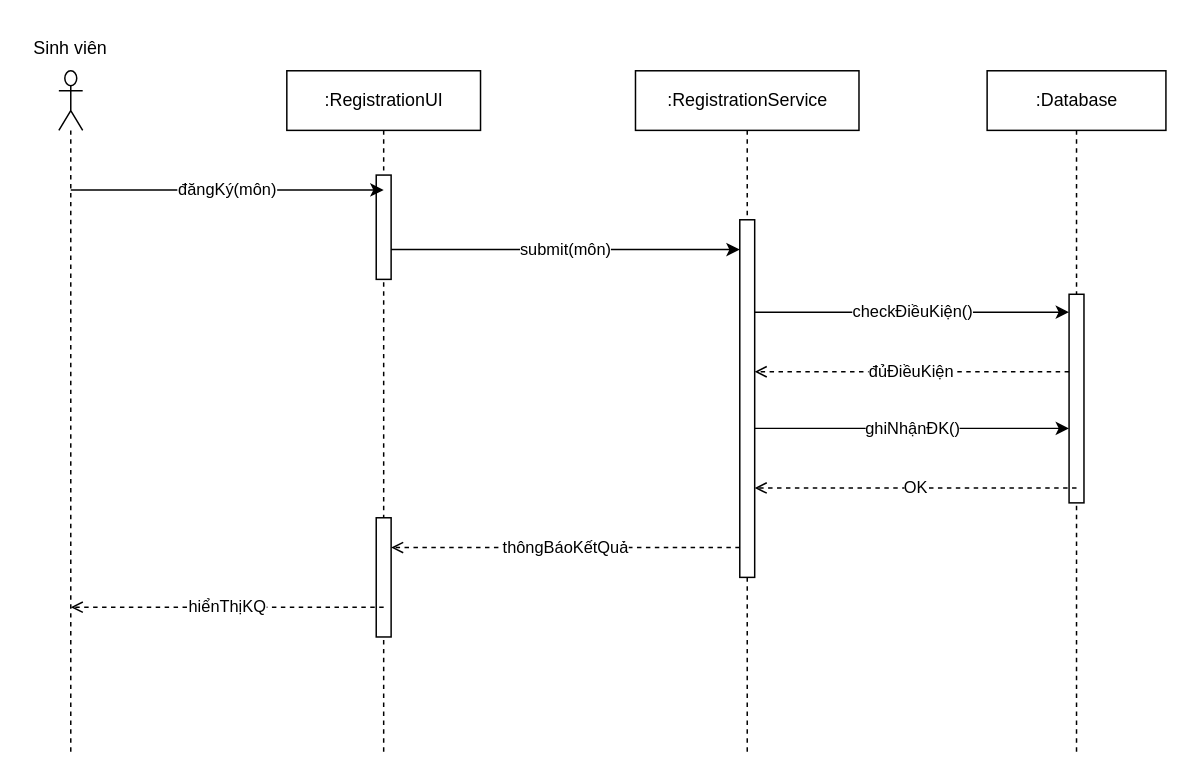
Before: Session05/Bai3.drawio in letoan0902/PTIT_CNTT1_IT104_LePhuToan_PhanTichVaThietKeHeThong, a draw.io diagram. Source tidied: cells renumbered, new cells numbered last; positions are measured from the earlier drawing's top-left corner, leaving out a move shared by most shapes. Both pictures are drawn from the tidied source at 149%, with x=0, y=0 at pixel (25, 25).
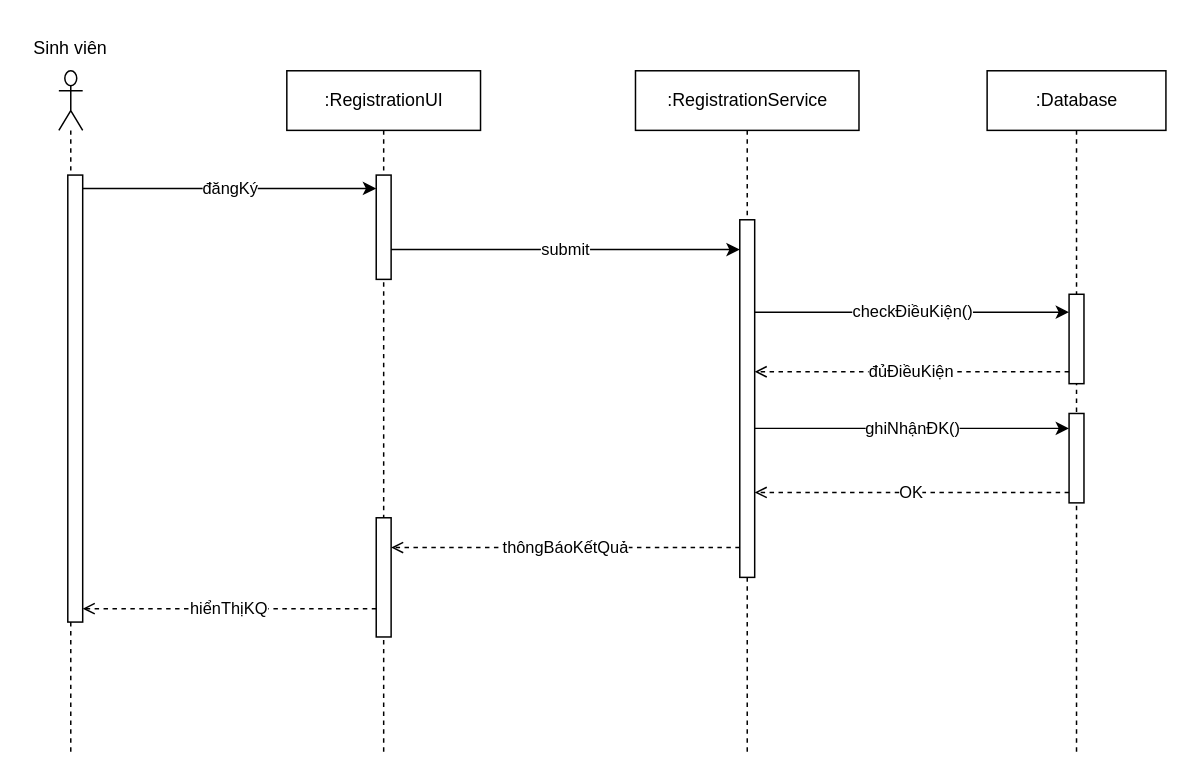
The same page after the edit.

Unchanged cells that the change refers to:
```xml
<mxCell id="2" style="shape=umlLifeline;perimeter=lifelinePerimeter;html=1;participant=umlActor;" parent="1" vertex="1">
  <mxGeometry x="22" y="30" width="16" height="460" as="geometry" />
</mxCell>
<mxCell id="7" style="html=1;points=[[0,0,0,0,5],[0,1,0,0,-5],[1,0,0,0,5],[1,1,0,0,-5]];perimeter=orthogonalPerimeter;outlineConnect=0;targetShapes=umlLifeline;portConstraint=eastwest;newEdgeStyle={&quot;curved&quot;:0,&quot;rounded&quot;:0};" parent="6" vertex="1">
  <mxGeometry x="70" y="100" width="10" height="240" as="geometry" />
</mxCell>
<mxCell id="8" value=":Database" style="shape=umlLifeline;perimeter=lifelinePerimeter;html=1;" parent="1" vertex="1">
  <mxGeometry x="645" y="30" width="120" height="460" as="geometry" />
</mxCell>
```

Diff of the diagram source:
```diff
@@
+    <mxCell id="19" style="html=1;perimeter=orthogonalPerimeter;targetShapes=umlLifeline;newEdgeStyle={&quot;curved&quot;:0,&quot;rounded&quot;:0};" parent="2" vertex="1">
+      <mxGeometry x="6" y="70" width="10" height="300" as="geometry" />
+    </mxCell>
@@
     <mxCell id="9" style="html=1;points=[[0,0,0,0,5],[0,1,0,0,-5],[1,0,0,0,5],[1,1,0,0,-5]];perimeter=orthogonalPerimeter;outlineConnect=0;targetShapes=umlLifeline;portConstraint=eastwest;newEdgeStyle={&quot;curved&quot;:0,&quot;rounded&quot;:0};" parent="8" vertex="1">
-      <mxGeometry x="55" y="150" width="10" height="140" as="geometry" />
+      <mxGeometry x="55" y="150" width="10" height="60" as="geometry" />
     </mxCell>
+    <mxCell id="20" style="html=1;points=[[0,0,0,0,5],[0,1,0,0,-5],[1,0,0,0,5],[1,1,0,0,-5]];perimeter=orthogonalPerimeter;outlineConnect=0;targetShapes=umlLifeline;portConstraint=eastwest;newEdgeStyle={&quot;curved&quot;:0,&quot;rounded&quot;:0};" parent="8" vertex="1">
+      <mxGeometry x="55" y="230" width="10" height="60" as="geometry" />
+    </mxCell>
-    <mxCell id="10" value="đăngKý(môn)" style="endArrow=classic;html=1;" parent="1" edge="1">
+    <mxCell id="10" value="đăngKý" style="endArrow=classic;html=1;" parent="1" edge="1">
       <mxGeometry relative="1" as="geometry">
-        <mxPoint x="30" y="110" as="sourcePoint" />
-        <mxPoint x="240" y="110" as="targetPoint" />
+        <mxPoint x="38" y="109" as="sourcePoint" />
+        <mxPoint x="235" y="109" as="targetPoint" />
       </mxGeometry>
     </mxCell>
-    <mxCell id="11" value="submit(môn)" style="endArrow=classic;html=1;" parent="1" edge="1" target="7">
+    <mxCell id="11" value="submit" style="endArrow=classic;html=1;" parent="1" edge="1" target="7">
       <mxGeometry relative="1" as="geometry">
         <mxPoint x="245" y="150" as="sourcePoint" />
       </mxGeometry>
     </mxCell>
-    <mxCell id="12" value="checkĐiềuKiện()" style="endArrow=classic;html=1;" parent="1" edge="1">
+    <mxCell id="12" value="checkĐiềuKiện()" style="endArrow=classic;html=1;" parent="1" edge="1" target="9">
       <mxGeometry relative="1" as="geometry">
         <mxPoint x="489" y="192" as="sourcePoint" />
-        <mxPoint x="700" y="192" as="targetPoint" />
       </mxGeometry>
     </mxCell>
-    <mxCell id="13" value="đủĐiềuKiện" style="endArrow=open;dashed=1;html=1;" parent="1" edge="1">
+    <mxCell id="13" value="đủĐiềuKiện" style="endArrow=open;dashed=1;html=1;" parent="1" edge="1" source="9">
       <mxGeometry relative="1" as="geometry">
-        <mxPoint x="700" y="232" as="sourcePoint" />
         <mxPoint x="489" y="232" as="targetPoint" />
       </mxGeometry>
     </mxCell>
-    <mxCell id="14" value="ghiNhậnĐK()" style="endArrow=classic;html=1;" parent="1" edge="1">
+    <mxCell id="14" value="ghiNhậnĐK()" style="endArrow=classic;html=1;" parent="1" edge="1" target="20">
       <mxGeometry relative="1" as="geometry">
         <mxPoint x="489" y="270" as="sourcePoint" />
-        <mxPoint x="700" y="270" as="targetPoint" />
       </mxGeometry>
     </mxCell>
-    <mxCell id="15" value="OK" style="endArrow=open;dashed=1;html=1;" parent="1" edge="1" target="7">
+    <mxCell id="15" value="OK" style="endArrow=open;dashed=1;html=1;" parent="1" edge="1">
       <mxGeometry relative="1" as="geometry">
-        <mxPoint x="705" y="310" as="sourcePoint" />
+        <mxPoint x="700" y="313" as="sourcePoint" />
+        <mxPoint x="489" y="313" as="targetPoint" />
       </mxGeometry>
     </mxCell>
@@
     <mxCell id="17" value="hiểnThịKQ" style="endArrow=open;dashed=1;html=1;" parent="1" edge="1">
       <mxGeometry relative="1" as="geometry">
-        <mxPoint x="240" y="390" as="sourcePoint" />
-        <mxPoint x="30" y="390" as="targetPoint" />
+        <mxPoint x="235" y="391" as="sourcePoint" />
+        <mxPoint x="38" y="391" as="targetPoint" />
       </mxGeometry>
     </mxCell>
```
